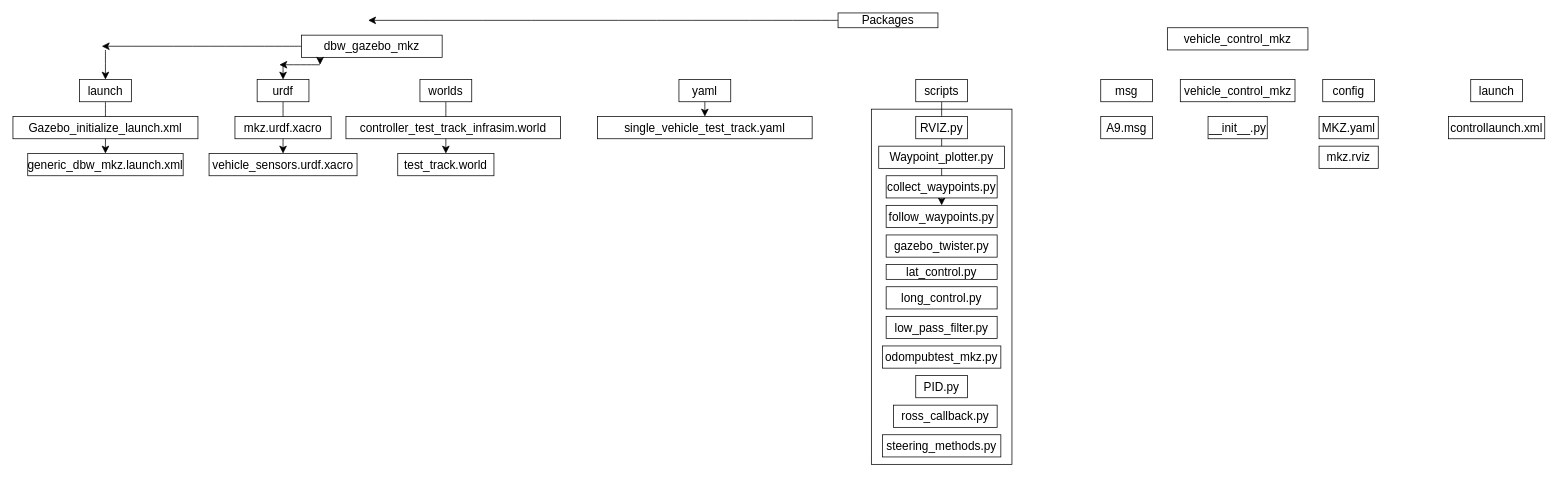
The draw.io diagram Controller_diagram.drawio in LizFile01/MKZ_SIMULATOR_PROTYPE1, before the edit. Source tidied: cells renumbered, new cells numbered last; positions are measured from the earlier drawing's top-left corner, leaving out a move shared by most shapes. Both pictures are drawn from the tidied source at 74%, with x=0, y=0 at pixel (13, 13).
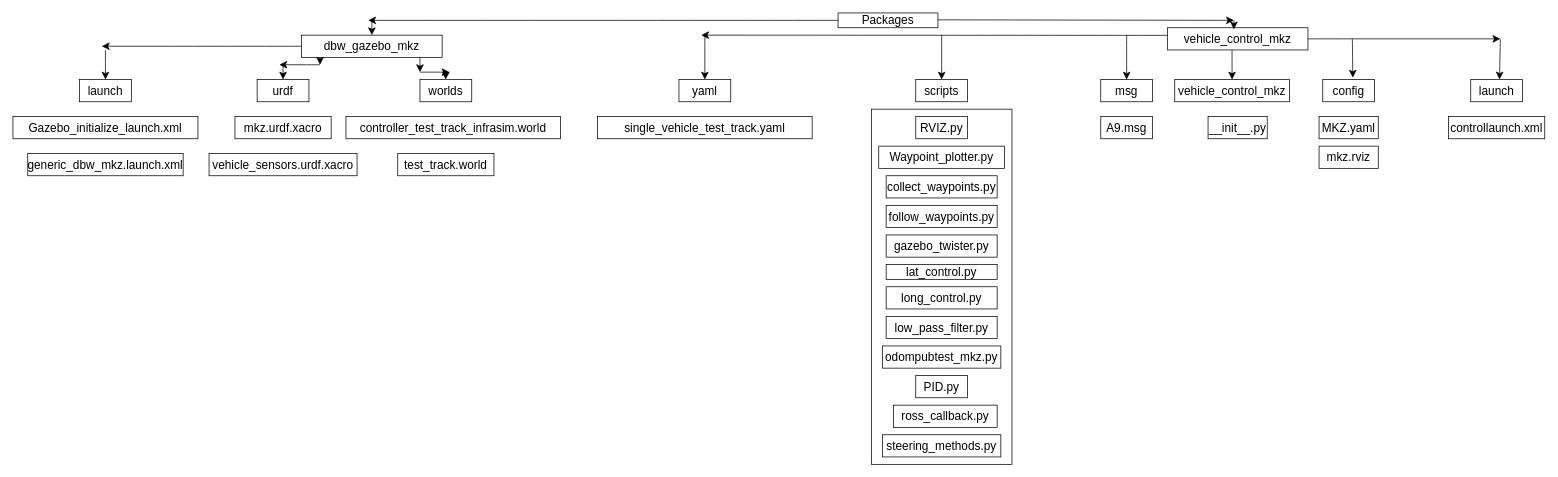
Above is the later version.

Unchanged cells that the change refers to:
```xml
<mxCell id="4" value="dbw_gazebo_mkz" style="rounded=0;whiteSpace=wrap;html=1;fontSize=16;" parent="1" vertex="1">
  <mxGeometry x="390" y="30" width="190" height="30" as="geometry" />
</mxCell>
<mxCell id="10" value="vehicle_control_mkz" style="rounded=0;whiteSpace=wrap;html=1;fontSize=16;" parent="1" vertex="1">
  <mxGeometry x="1560" y="20" width="190" height="30" as="geometry" />
</mxCell>
<mxCell id="12" value="launch" style="rounded=0;whiteSpace=wrap;html=1;fontSize=16;" parent="1" vertex="1">
  <mxGeometry x="90" y="90" width="70" height="30" as="geometry" />
</mxCell>
<mxCell id="14" value="urdf" style="rounded=0;whiteSpace=wrap;html=1;fontSize=16;" parent="1" vertex="1">
  <mxGeometry x="330" y="90" width="70" height="30" as="geometry" />
</mxCell>
<mxCell id="16" value="worlds" style="rounded=0;whiteSpace=wrap;html=1;fontSize=16;" parent="1" vertex="1">
  <mxGeometry x="550" y="90" width="70" height="30" as="geometry" />
</mxCell>
<mxCell id="17" value="yaml" style="rounded=0;whiteSpace=wrap;html=1;fontSize=16;" parent="1" vertex="1">
  <mxGeometry x="900" y="90" width="70" height="30" as="geometry" />
</mxCell>
<mxCell id="19" value="vehicle_sensors.urdf.xacro" style="rounded=0;whiteSpace=wrap;html=1;fontSize=16;" parent="1" vertex="1">
  <mxGeometry x="265" y="190" width="200" height="30" as="geometry" />
</mxCell>
<mxCell id="22" value="test_track.world" style="rounded=0;whiteSpace=wrap;html=1;fontSize=16;" parent="1" vertex="1">
  <mxGeometry x="520" y="190" width="130" height="30" as="geometry" />
</mxCell>
<mxCell id="24" value="generic_dbw_mkz.launch.xml" style="rounded=0;whiteSpace=wrap;html=1;fontSize=16;" parent="1" vertex="1">
  <mxGeometry x="20" y="190" width="210" height="30" as="geometry" />
</mxCell>
<mxCell id="25" value="single_vehicle_test_track.yaml" style="rounded=0;whiteSpace=wrap;html=1;fontSize=16;" parent="1" vertex="1">
  <mxGeometry x="790" y="140" width="290" height="30" as="geometry" />
</mxCell>
<mxCell id="27" value="scripts" style="rounded=0;whiteSpace=wrap;html=1;fontSize=16;" parent="1" vertex="1">
  <mxGeometry x="1220" y="90" width="70" height="30" as="geometry" />
</mxCell>
<mxCell id="29" value="msg" style="rounded=0;whiteSpace=wrap;html=1;fontSize=16;" parent="1" vertex="1">
  <mxGeometry x="1470" y="90" width="70" height="30" as="geometry" />
</mxCell>
<mxCell id="30" value="config" style="rounded=0;whiteSpace=wrap;html=1;fontSize=16;" parent="1" vertex="1">
  <mxGeometry x="1770" y="90" width="70" height="30" as="geometry" />
</mxCell>
<mxCell id="31" value="launch" style="rounded=0;whiteSpace=wrap;html=1;fontSize=16;" parent="1" vertex="1">
  <mxGeometry x="1970" y="90" width="70" height="30" as="geometry" />
</mxCell>
<mxCell id="36" value="follow_waypoints.py" style="rounded=0;whiteSpace=wrap;html=1;fontSize=16;" parent="1" vertex="1">
  <mxGeometry x="1180" y="260" width="150" height="30" as="geometry" />
</mxCell>
```

Change to the diagram source:
```diff
@@
-    <mxCell id="11" style="edgeStyle=none;curved=1;rounded=0;jettySize=auto;html=1;fontSize=12;startSize=8;endSize=8;" parent="1" edge="1" source="12" target="24">
-      <mxGeometry relative="1" as="geometry" />
-    </mxCell>
@@
-    <mxCell id="13" style="edgeStyle=none;curved=1;rounded=0;jettySize=auto;html=1;fontSize=12;startSize=8;endSize=8;" parent="1" edge="1" source="14" target="19">
-      <mxGeometry relative="1" as="geometry" />
-    </mxCell>
@@
-    <mxCell id="15" style="edgeStyle=none;curved=1;rounded=0;jettySize=auto;html=1;fontSize=12;startSize=8;endSize=8;" parent="1" edge="1" source="16" target="22">
-      <mxGeometry relative="1" as="geometry" />
-    </mxCell>
@@
-    <mxCell id="26" style="edgeStyle=none;curved=1;rounded=0;jettySize=auto;html=1;fontSize=12;startSize=8;endSize=8;" parent="1" edge="1" source="27" target="36">
-      <mxGeometry relative="1" as="geometry" />
-    </mxCell>
@@
-    <mxCell id="48" value="vehicle_control_mkz" style="rounded=0;whiteSpace=wrap;html=1;fontSize=16;" parent="1" vertex="1">
-      <mxGeometry x="1577.5" y="90" width="155" height="30" as="geometry" />
-    </mxCell>
@@
-    <mxCell id="50" style="endArrow=classic;html=1;rounded=0;fontSize=12;startSize=8;endSize=8;curved=1;entryX=0.5;entryY=0;entryDx=0;entryDy=0;" parent="1" edge="1" source="17" target="25">
-      <mxGeometry relative="1" as="geometry" />
-    </mxCell>
@@
+    <mxCell id="55" style="endArrow=classic;html=1;rounded=0;fontSize=12;startSize=8;endSize=8;curved=1;" parent="1" edge="1">
+      <mxGeometry relative="1" as="geometry">
+        <mxPoint x="550" y="60" as="sourcePoint" />
+        <mxPoint x="550" y="80" as="targetPoint" />
+      </mxGeometry>
+    </mxCell>
+    <mxCell id="56" style="endArrow=classic;html=1;rounded=0;fontSize=12;startSize=8;endSize=8;curved=1;" parent="1" edge="1">
+      <mxGeometry relative="1" as="geometry">
+        <mxPoint x="550" y="80" as="sourcePoint" />
+        <mxPoint x="590" y="80" as="targetPoint" />
+      </mxGeometry>
+    </mxCell>
+    <mxCell id="57" style="endArrow=classic;html=1;rounded=0;fontSize=12;startSize=8;endSize=8;curved=1;" parent="1" edge="1">
+      <mxGeometry relative="1" as="geometry">
+        <mxPoint x="585" y="80" as="sourcePoint" />
+        <mxPoint x="584.7" y="90" as="targetPoint" />
+      </mxGeometry>
+    </mxCell>
+    <mxCell id="58" style="endArrow=classic;html=1;rounded=0;fontSize=12;startSize=8;endSize=8;curved=1;" parent="1" edge="1">
+      <mxGeometry relative="1" as="geometry">
+        <mxPoint x="1250" y="9.3" as="sourcePoint" />
+        <mxPoint x="1650" y="10" as="targetPoint" />
+      </mxGeometry>
+    </mxCell>
+    <mxCell id="59" style="endArrow=classic;html=1;rounded=0;fontSize=12;startSize=8;endSize=8;curved=1;entryX=0.5;entryY=0;entryDx=0;entryDy=0;" parent="1" edge="1" target="4">
+      <mxGeometry relative="1" as="geometry">
+        <mxPoint x="485" y="10" as="sourcePoint" />
+      </mxGeometry>
+    </mxCell>
+    <mxCell id="60" style="endArrow=classic;html=1;rounded=0;fontSize=12;startSize=8;endSize=8;curved=1;" parent="1" edge="1">
+      <mxGeometry relative="1" as="geometry">
+        <mxPoint x="1560" y="30.3" as="sourcePoint" />
+        <mxPoint x="930" y="30" as="targetPoint" />
+      </mxGeometry>
+    </mxCell>
+    <mxCell id="61" style="endArrow=classic;html=1;rounded=0;fontSize=12;startSize=8;endSize=8;curved=1;entryX=0.5;entryY=0;entryDx=0;entryDy=0;" parent="1" edge="1" target="27">
+      <mxGeometry relative="1" as="geometry">
+        <mxPoint x="1255" y="30" as="sourcePoint" />
+      </mxGeometry>
+    </mxCell>
+    <mxCell id="62" style="endArrow=classic;html=1;rounded=0;fontSize=12;startSize=8;endSize=8;curved=1;entryX=0.5;entryY=0;entryDx=0;entryDy=0;" parent="1" edge="1" target="17">
+      <mxGeometry relative="1" as="geometry">
+        <mxPoint x="935" y="30" as="sourcePoint" />
+      </mxGeometry>
+    </mxCell>
+    <mxCell id="63" style="endArrow=classic;html=1;rounded=0;fontSize=12;startSize=8;endSize=8;curved=1;" parent="1" edge="1" target="48">
+      <mxGeometry relative="1" as="geometry">
+        <mxPoint x="1650" y="120" as="sourcePoint" />
+      </mxGeometry>
+    </mxCell>
+    <mxCell id="48" value="vehicle_control_mkz" style="rounded=0;whiteSpace=wrap;html=1;fontSize=16;" parent="1" vertex="1">
+      <mxGeometry x="1570" y="90" width="155" height="30" as="geometry" />
+    </mxCell>
+    <mxCell id="64" style="endArrow=classic;html=1;rounded=0;fontSize=12;startSize=8;endSize=8;curved=1;entryX=0.5;entryY=0;entryDx=0;entryDy=0;" parent="1" edge="1" target="29">
+      <mxGeometry relative="1" as="geometry">
+        <mxPoint x="1505" y="30" as="sourcePoint" />
+      </mxGeometry>
+    </mxCell>
+    <mxCell id="65" style="endArrow=classic;html=1;rounded=0;fontSize=12;startSize=8;endSize=8;curved=1;entryX=0.5;entryY=0;entryDx=0;entryDy=0;exitX=0.46;exitY=1.002;exitDx=0;exitDy=0;exitPerimeter=0;" parent="1" edge="1" source="10" target="48">
+      <mxGeometry relative="1" as="geometry" />
+    </mxCell>
+    <mxCell id="66" style="endArrow=classic;html=1;rounded=0;fontSize=12;startSize=8;endSize=8;curved=1;" parent="1" edge="1">
+      <mxGeometry relative="1" as="geometry">
+        <mxPoint x="1750" y="35" as="sourcePoint" />
+        <mxPoint x="2010" y="35" as="targetPoint" />
+      </mxGeometry>
+    </mxCell>
+    <mxCell id="67" style="endArrow=classic;html=1;rounded=0;fontSize=12;startSize=8;endSize=8;curved=1;entryX=0.555;entryY=-0.002;entryDx=0;entryDy=0;entryPerimeter=0;" parent="1" edge="1" target="31">
+      <mxGeometry relative="1" as="geometry">
+        <mxPoint x="2010" y="35" as="sourcePoint" />
+      </mxGeometry>
+    </mxCell>
+    <mxCell id="68" style="endArrow=classic;html=1;rounded=0;fontSize=12;startSize=8;endSize=8;curved=1;entryX=0.581;entryY=-0.084;entryDx=0;entryDy=0;entryPerimeter=0;" parent="1" edge="1" target="30">
+      <mxGeometry relative="1" as="geometry">
+        <mxPoint x="1810" y="35" as="sourcePoint" />
+      </mxGeometry>
+    </mxCell>
+    <mxCell id="69" style="endArrow=classic;html=1;rounded=0;fontSize=12;startSize=8;endSize=8;curved=1;entryX=0.473;entryY=0.073;entryDx=0;entryDy=0;entryPerimeter=0;" parent="1" edge="1" target="10">
+      <mxGeometry relative="1" as="geometry">
+        <mxPoint x="1650" y="10" as="sourcePoint" />
+      </mxGeometry>
+    </mxCell>
```
